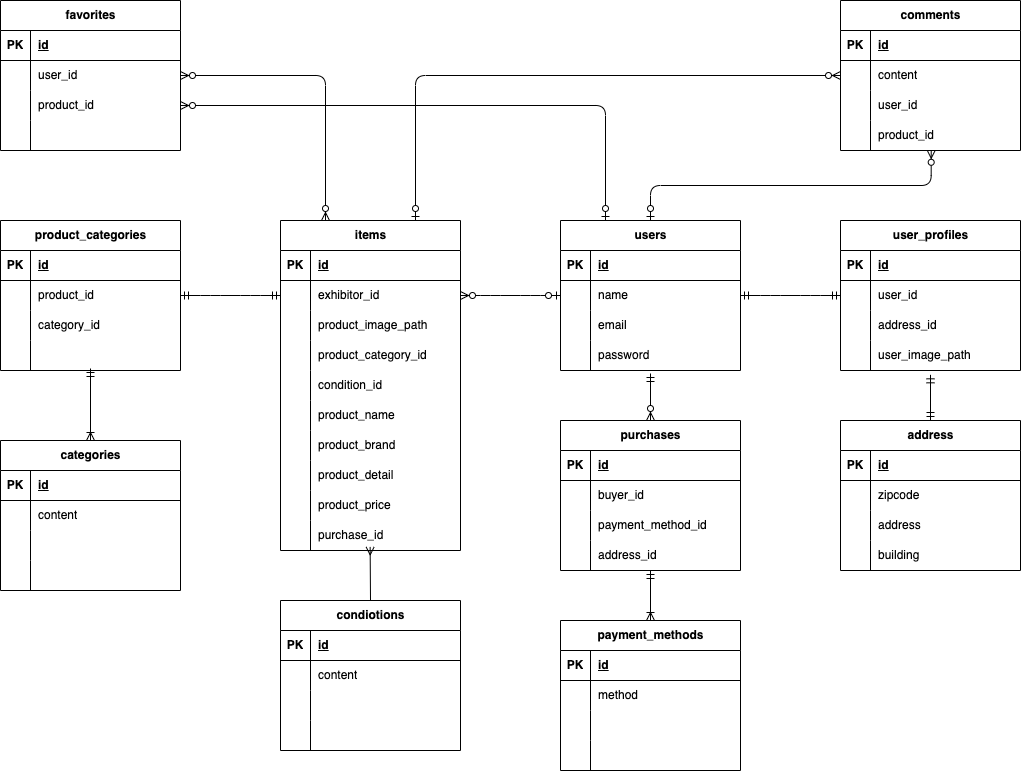
The draw.io diagram src/ER.drawio.png in takuyakurikuri/flea-market, before a commit. Source tidied: cells renumbered, new cells last; positions are measured from the earlier drawing's top-left corner, leaving out a move shared by most shapes.
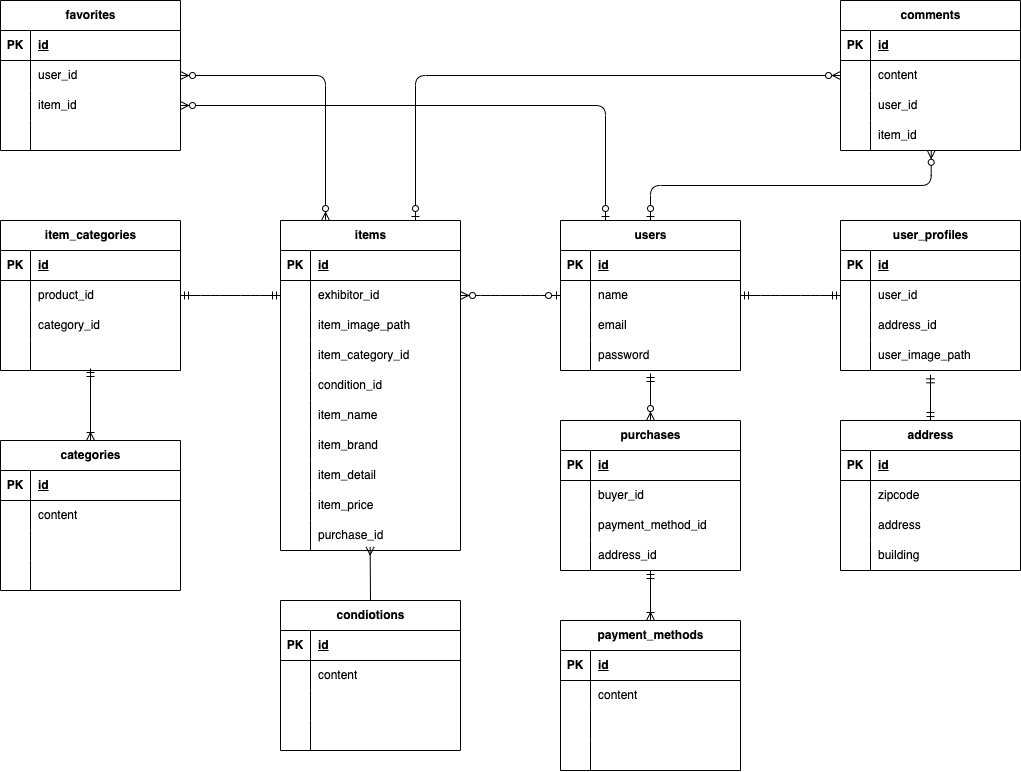
After the change.

Diff of the diagram source:
```diff
@@ -107,7 +107,7 @@
     <mxCell id="36" style="shape=partialRectangle;fillColor=none;top=0;left=0;bottom=0;right=0;overflow=hidden;whiteSpace=wrap;html=1;" parent="35" vertex="1">
       <mxGeometry width="30" height="30" as="geometry" />
     </mxCell>
-    <mxCell id="37" value="product_image_path" style="shape=partialRectangle;fillColor=none;top=0;left=0;bottom=0;right=0;align=left;spacingLeft=6;overflow=hidden;whiteSpace=wrap;html=1;" parent="35" vertex="1">
+    <mxCell id="37" value="item_image_path" style="shape=partialRectangle;fillColor=none;top=0;left=0;bottom=0;right=0;align=left;spacingLeft=6;overflow=hidden;whiteSpace=wrap;html=1;" parent="35" vertex="1">
       <mxGeometry x="30" width="150" height="30" as="geometry" />
     </mxCell>
     <mxCell id="38" style="shape=tableRow;horizontal=0;startSize=0;swimlaneHead=0;swimlaneBody=0;fillColor=none;top=0;left=0;right=0;bottom=0;" parent="28" vertex="1">
@@ -116,7 +116,7 @@
     <mxCell id="39" style="shape=partialRectangle;fillColor=none;top=0;left=0;bottom=0;right=0;overflow=hidden;whiteSpace=wrap;html=1;" parent="38" vertex="1">
       <mxGeometry width="30" height="30" as="geometry" />
     </mxCell>
-    <mxCell id="40" value="product_category_id" style="shape=partialRectangle;fillColor=none;top=0;left=0;bottom=0;right=0;align=left;spacingLeft=6;overflow=hidden;whiteSpace=wrap;html=1;" parent="38" vertex="1">
+    <mxCell id="40" value="item_category_id" style="shape=partialRectangle;fillColor=none;top=0;left=0;bottom=0;right=0;align=left;spacingLeft=6;overflow=hidden;whiteSpace=wrap;html=1;" parent="38" vertex="1">
       <mxGeometry x="30" width="150" height="30" as="geometry" />
     </mxCell>
     <mxCell id="41" style="shape=tableRow;horizontal=0;startSize=0;swimlaneHead=0;swimlaneBody=0;fillColor=none;top=0;left=0;right=0;bottom=0;" parent="28" vertex="1">
@@ -134,7 +134,7 @@
     <mxCell id="45" style="shape=partialRectangle;fillColor=none;top=0;left=0;bottom=0;right=0;overflow=hidden;whiteSpace=wrap;html=1;" parent="44" vertex="1">
       <mxGeometry width="30" height="30" as="geometry" />
     </mxCell>
-    <mxCell id="46" value="product_name" style="shape=partialRectangle;fillColor=none;top=0;left=0;bottom=0;right=0;align=left;spacingLeft=6;overflow=hidden;whiteSpace=wrap;html=1;" parent="44" vertex="1">
+    <mxCell id="46" value="item_name" style="shape=partialRectangle;fillColor=none;top=0;left=0;bottom=0;right=0;align=left;spacingLeft=6;overflow=hidden;whiteSpace=wrap;html=1;" parent="44" vertex="1">
       <mxGeometry x="30" width="150" height="30" as="geometry" />
     </mxCell>
     <mxCell id="47" style="shape=tableRow;horizontal=0;startSize=0;swimlaneHead=0;swimlaneBody=0;fillColor=none;top=0;left=0;right=0;bottom=0;" parent="28" vertex="1">
@@ -143,7 +143,7 @@
     <mxCell id="48" style="shape=partialRectangle;fillColor=none;top=0;left=0;bottom=0;right=0;overflow=hidden;whiteSpace=wrap;html=1;" parent="47" vertex="1">
       <mxGeometry width="30" height="30" as="geometry" />
     </mxCell>
-    <mxCell id="49" value="product_brand" style="shape=partialRectangle;fillColor=none;top=0;left=0;bottom=0;right=0;align=left;spacingLeft=6;overflow=hidden;whiteSpace=wrap;html=1;" parent="47" vertex="1">
+    <mxCell id="49" value="item_brand" style="shape=partialRectangle;fillColor=none;top=0;left=0;bottom=0;right=0;align=left;spacingLeft=6;overflow=hidden;whiteSpace=wrap;html=1;" parent="47" vertex="1">
       <mxGeometry x="30" width="150" height="30" as="geometry" />
     </mxCell>
     <mxCell id="50" style="shape=tableRow;horizontal=0;startSize=0;swimlaneHead=0;swimlaneBody=0;fillColor=none;top=0;left=0;right=0;bottom=0;" parent="28" vertex="1">
@@ -152,7 +152,7 @@
     <mxCell id="51" style="shape=partialRectangle;fillColor=none;top=0;left=0;bottom=0;right=0;overflow=hidden;whiteSpace=wrap;html=1;" parent="50" vertex="1">
       <mxGeometry width="30" height="30" as="geometry" />
     </mxCell>
-    <mxCell id="52" value="product_detail" style="shape=partialRectangle;fillColor=none;top=0;left=0;bottom=0;right=0;align=left;spacingLeft=6;overflow=hidden;whiteSpace=wrap;html=1;" parent="50" vertex="1">
+    <mxCell id="52" value="item_detail" style="shape=partialRectangle;fillColor=none;top=0;left=0;bottom=0;right=0;align=left;spacingLeft=6;overflow=hidden;whiteSpace=wrap;html=1;" parent="50" vertex="1">
       <mxGeometry x="30" width="150" height="30" as="geometry" />
     </mxCell>
     <mxCell id="53" style="shape=tableRow;horizontal=0;startSize=0;swimlaneHead=0;swimlaneBody=0;fillColor=none;top=0;left=0;right=0;bottom=0;" parent="28" vertex="1">
@@ -161,7 +161,7 @@
     <mxCell id="54" style="shape=partialRectangle;fillColor=none;top=0;left=0;bottom=0;right=0;overflow=hidden;whiteSpace=wrap;html=1;" parent="53" vertex="1">
       <mxGeometry width="30" height="30" as="geometry" />
     </mxCell>
-    <mxCell id="55" value="product_price" style="shape=partialRectangle;fillColor=none;top=0;left=0;bottom=0;right=0;align=left;spacingLeft=6;overflow=hidden;whiteSpace=wrap;html=1;" parent="53" vertex="1">
+    <mxCell id="55" value="item_price" style="shape=partialRectangle;fillColor=none;top=0;left=0;bottom=0;right=0;align=left;spacingLeft=6;overflow=hidden;whiteSpace=wrap;html=1;" parent="53" vertex="1">
       <mxGeometry x="30" width="150" height="30" as="geometry" />
     </mxCell>
     <mxCell id="56" style="shape=tableRow;horizontal=0;startSize=0;swimlaneHead=0;swimlaneBody=0;fillColor=none;points=[[0,0.5],[1,0.5]];portConstraint=eastwest;top=0;left=0;right=0;bottom=0;" parent="28" vertex="1">
@@ -230,7 +230,7 @@
     <mxCell id="77" style="shape=partialRectangle;fillColor=none;top=0;left=0;bottom=0;right=0;overflow=hidden;whiteSpace=wrap;html=1;" parent="76" vertex="1">
       <mxGeometry width="30" height="30" as="geometry" />
     </mxCell>
-    <mxCell id="78" value="method" style="shape=partialRectangle;fillColor=none;top=0;left=0;bottom=0;right=0;align=left;spacingLeft=6;overflow=hidden;whiteSpace=wrap;html=1;" parent="76" vertex="1">
+    <mxCell id="78" value="content" style="shape=partialRectangle;fillColor=none;top=0;left=0;bottom=0;right=0;align=left;spacingLeft=6;overflow=hidden;whiteSpace=wrap;html=1;" parent="76" vertex="1">
       <mxGeometry x="30" width="150" height="30" as="geometry" />
     </mxCell>
     <mxCell id="79" style="shape=tableRow;horizontal=0;startSize=0;swimlaneHead=0;swimlaneBody=0;fillColor=none;top=0;left=0;right=0;bottom=0;" parent="72" vertex="1">
@@ -251,7 +251,7 @@
     <mxCell id="84" style="shape=partialRectangle;fillColor=none;top=0;left=0;bottom=0;right=0;align=left;spacingLeft=6;overflow=hidden;whiteSpace=wrap;html=1;" parent="82" vertex="1">
       <mxGeometry x="30" width="150" height="30" as="geometry" />
     </mxCell>
-    <mxCell id="85" value="product_categories" style="shape=table;startSize=30;rowLines=0;fontStyle=1;align=center;html=1;" parent="1" vertex="1">
+    <mxCell id="85" value="item_categories" style="shape=table;startSize=30;rowLines=0;fontStyle=1;align=center;html=1;" parent="1" vertex="1">
       <mxGeometry y="220" width="180" height="150" as="geometry" />
     </mxCell>
     <mxCell id="86" style="shape=tableRow;horizontal=0;startSize=0;swimlaneHead=0;swimlaneBody=0;fillColor=none;top=0;left=0;right=0;bottom=1;" parent="85" vertex="1">
@@ -365,7 +365,7 @@
     <mxCell id="122" style="shape=partialRectangle;fillColor=none;top=0;left=0;bottom=0;right=0;overflow=hidden;whiteSpace=wrap;html=1;" parent="121" vertex="1">
       <mxGeometry width="30" height="30" as="geometry" />
     </mxCell>
-    <mxCell id="123" value="product_id" style="shape=partialRectangle;fillColor=none;top=0;left=0;bottom=0;right=0;align=left;spacingLeft=6;overflow=hidden;whiteSpace=wrap;html=1;" parent="121" vertex="1">
+    <mxCell id="123" value="item_id" style="shape=partialRectangle;fillColor=none;top=0;left=0;bottom=0;right=0;align=left;spacingLeft=6;overflow=hidden;whiteSpace=wrap;html=1;" parent="121" vertex="1">
       <mxGeometry x="30" width="150" height="30" as="geometry" />
     </mxCell>
     <mxCell id="124" value="address" style="shape=table;startSize=30;rowLines=0;fontStyle=1;align=center;html=1;" parent="1" vertex="1">
@@ -434,7 +434,7 @@
     <mxCell id="145" style="shape=partialRectangle;fillColor=none;top=0;left=0;bottom=0;right=0;overflow=hidden;whiteSpace=wrap;html=1;" parent="144" vertex="1">
       <mxGeometry width="30" height="30" as="geometry" />
     </mxCell>
-    <mxCell id="146" value="product_id" style="shape=partialRectangle;fillColor=none;top=0;left=0;bottom=0;right=0;align=left;spacingLeft=6;overflow=hidden;whiteSpace=wrap;html=1;" parent="144" vertex="1">
+    <mxCell id="146" value="item_id" style="shape=partialRectangle;fillColor=none;top=0;left=0;bottom=0;right=0;align=left;spacingLeft=6;overflow=hidden;whiteSpace=wrap;html=1;" parent="144" vertex="1">
       <mxGeometry x="30" width="150" height="30" as="geometry" />
     </mxCell>
     <mxCell id="147" style="shape=tableRow;horizontal=0;startSize=0;swimlaneHead=0;swimlaneBody=0;fillColor=none;top=0;left=0;right=0;bottom=0;" parent="137" vertex="1">
```
